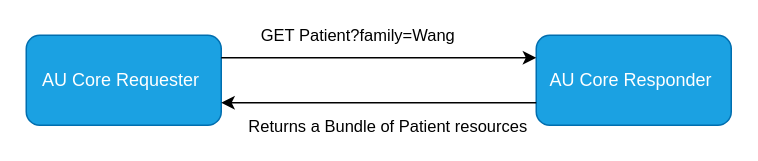
hl7au/au-fhir-core keeps this draw.io diagram as input/images-source/au-core-search-interaction-example.drawio. Above is the earlier version. Source tidied: cells renumbered, new cells numbered last; positions are measured from the earlier drawing's top-left corner, leaving out a move shared by most shapes. Both pictures are drawn from the tidied source at 150%, with x=0, y=0 at pixel (26, 34).
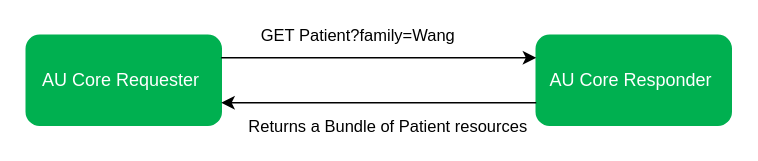
The same page after the edit.

Commit message (it also covers changes not shown here):
Updated RESTful interaction diagrams and change log

Diff of the diagram source:
```diff
@@
 <mxGraphModel>
   <root>
     <mxCell id="0" />
     <mxCell id="1" parent="0" />
-    <mxCell id="2" value="&lt;div&gt;AU Core Requester&amp;nbsp;&lt;/div&gt;" style="rounded=1;whiteSpace=wrap;html=1;fillColor=#1ba1e2;strokeColor=#006EAF;fontColor=#ffffff;labelBackgroundColor=none;" parent="1" vertex="1">
+    <mxCell id="2" value="&lt;div&gt;AU Core Requester&amp;nbsp;&lt;/div&gt;" style="rounded=1;whiteSpace=wrap;html=1;fillColor=#00b050;strokeColor=#00b050;fontColor=#ffffff;labelBackgroundColor=none;" parent="1" vertex="1">
       <mxGeometry width="130" height="60" as="geometry" />
     </mxCell>
-    <mxCell id="3" value="&lt;div&gt;&lt;font color=&quot;#ffffff&quot;&gt;AU Core Responder&amp;nbsp;&lt;/font&gt;&lt;/div&gt;" style="rounded=1;whiteSpace=wrap;html=1;fillColor=#1ba1e2;strokeColor=#006EAF;fontColor=#ffffff;" parent="1" vertex="1">
+    <mxCell id="3" value="&lt;div&gt;&lt;font color=&quot;#ffffff&quot;&gt;AU Core Responder&amp;nbsp;&lt;/font&gt;&lt;/div&gt;" style="rounded=1;whiteSpace=wrap;html=1;fillColor=#00b050;strokeColor=#00b050;fontColor=#ffffff;" parent="1" vertex="1">
       <mxGeometry x="340" width="130" height="60" as="geometry" />
     </mxCell>
     <mxCell id="4" style="endArrow=classic;html=1;rounded=0;exitX=1;exitY=0.25;exitDx=0;exitDy=0;entryX=0;entryY=0.25;entryDx=0;entryDy=0;" parent="1" edge="1" source="2" target="3">
       <mxGeometry relative="1" as="geometry" />
     </mxCell>
     <mxCell id="5" value="&lt;div&gt;GET Patient?family=Wang&lt;/div&gt;" style="edgeLabel;html=1;align=center;verticalAlign=middle;fillOpacity=100;labelBackgroundColor=none;" parent="4" vertex="1">
       <mxGeometry x="-0.07" relative="1" as="geometry">
         <mxPoint x="-8" y="-15" as="offset" />
       </mxGeometry>
     </mxCell>
     <mxCell id="6" style="endArrow=classic;html=1;rounded=0;exitX=0;exitY=0.75;exitDx=0;exitDy=0;entryX=1;entryY=0.75;entryDx=0;entryDy=0;" parent="1" edge="1" source="3" target="2">
       <mxGeometry relative="1" as="geometry" />
     </mxCell>
     <mxCell id="7" value="&lt;div&gt;Returns a Bundle of Patient resources&lt;br&gt;&lt;/div&gt;" style="edgeLabel;html=1;align=center;verticalAlign=middle;fillOpacity=100;labelBackgroundColor=none;" parent="6" vertex="1">
       <mxGeometry x="0.11" y="-1" relative="1" as="geometry">
         <mxPoint x="17" y="16" as="offset" />
       </mxGeometry>
     </mxCell>
   </root>
 </mxGraphModel>
```
